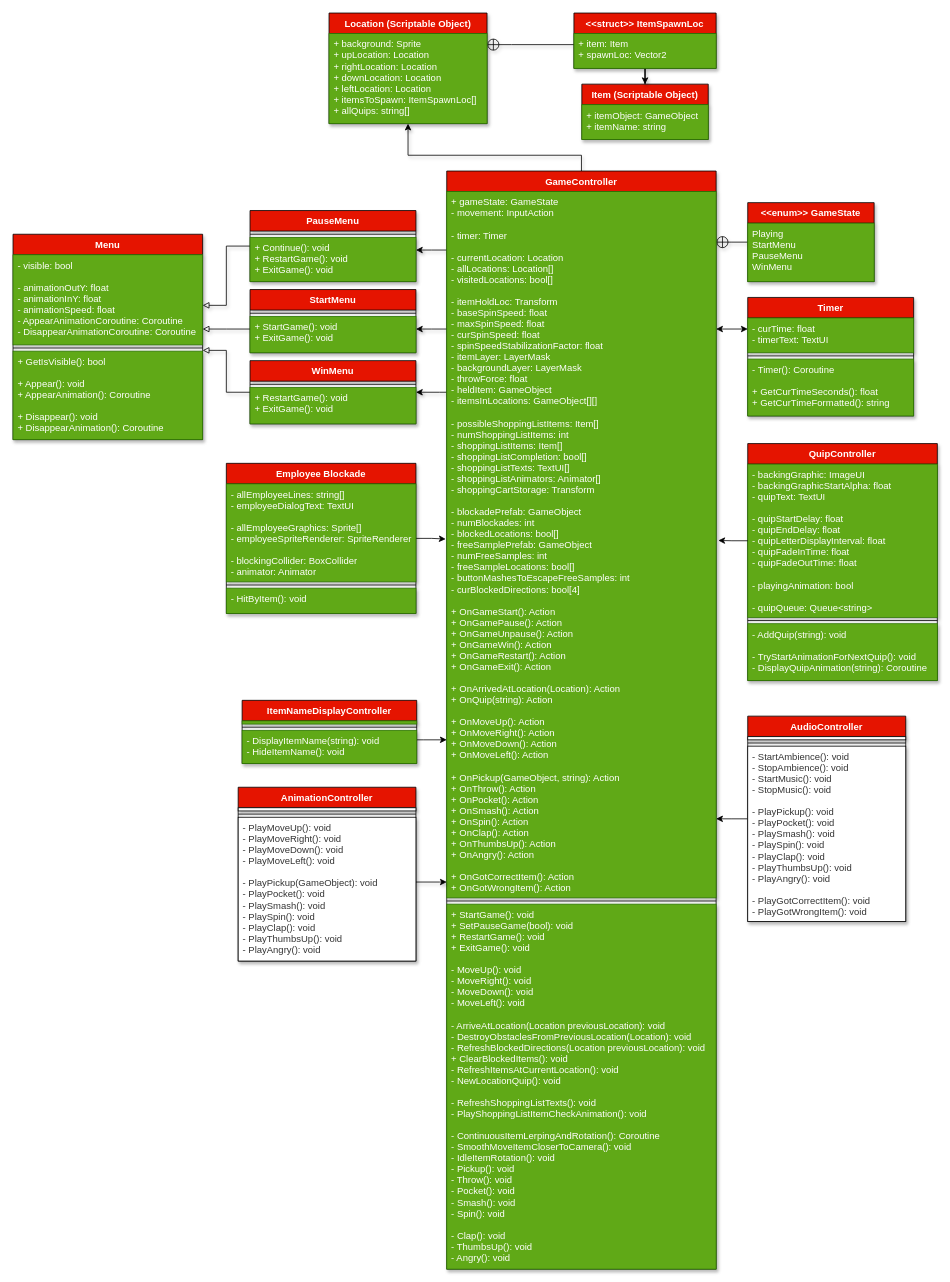
Before: Trapped in Costco/Source/Trapped in Costco UML.drawio in BagelMaster5000/Trapped-In-Costco, a draw.io diagram. Source tidied: cells renumbered, new cells numbered last; positions are measured from the earlier drawing's top-left corner, leaving out a move shared by most shapes. Both pictures are drawn from the tidied source at 79%, with x=0, y=0 at pixel (13, 13).
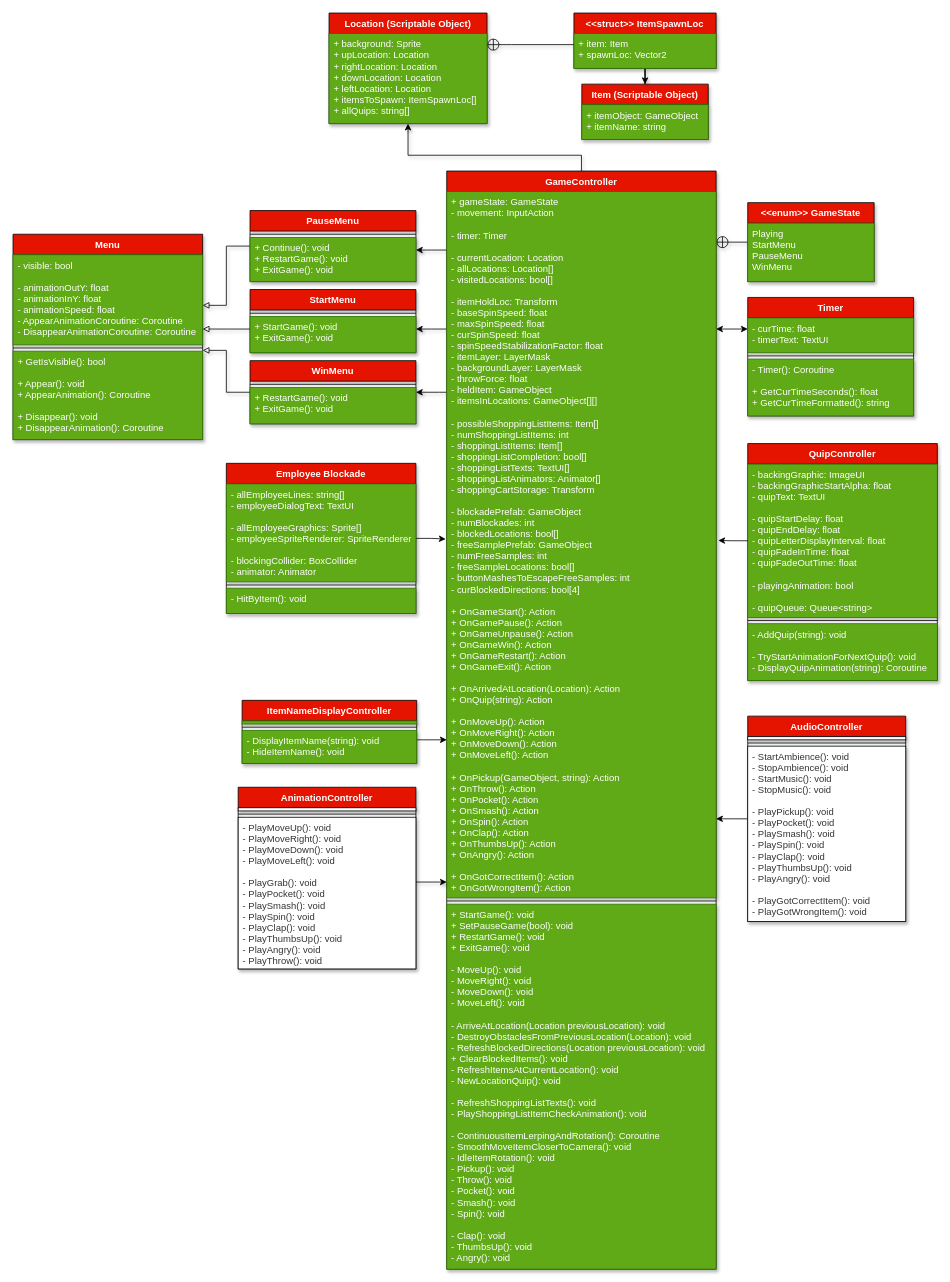
Above is the later version.

Change to the diagram source:
```diff
@@
     <mxCell id="38" value="AnimationController" style="swimlane;fontStyle=1;align=center;verticalAlign=top;horizontal=1;startSize=26;fillColor=#e51400;labelBackgroundColor=none;labelBorderColor=none;shadow=1;fontColor=#ffffff;" parent="1" vertex="1">
-      <mxGeometry x="285" y="980" width="225" height="220" as="geometry" />
+      <mxGeometry x="285" y="980" width="225" height="230" as="geometry" />
     </mxCell>
@@
-    <mxCell id="41" value="- PlayMoveUp(): void&#10;- PlayMoveRight(): void&#10;- PlayMoveDown(): void&#10;- PlayMoveLeft(): void&#10;&#10;- PlayPickup(GameObject): void&#10;- PlayPocket(): void&#10;- PlaySmash(): void&#10;- PlaySpin(): void&#10;- PlayClap(): void&#10;- PlayThumbsUp(): void&#10;- PlayAngry(): void" style="text;align=left;verticalAlign=top;spacingLeft=4;spacingRight=4;overflow=hidden;fillColor=#FFFFFF;labelBackgroundColor=none;labelBorderColor=none;fontColor=#333333;shadow=1;strokeColor=#000000;" parent="38" vertex="1">
-      <mxGeometry y="38" width="225" height="182" as="geometry" />
+    <mxCell id="41" value="- PlayMoveUp(): void&#10;- PlayMoveRight(): void&#10;- PlayMoveDown(): void&#10;- PlayMoveLeft(): void&#10;&#10;- PlayGrab(): void&#10;- PlayPocket(): void&#10;- PlaySmash(): void&#10;- PlaySpin(): void&#10;- PlayClap(): void&#10;- PlayThumbsUp(): void&#10;- PlayAngry(): void&#10;- PlayThrow(): void" style="text;align=left;verticalAlign=top;spacingLeft=4;spacingRight=4;overflow=hidden;fillColor=#FFFFFF;labelBackgroundColor=none;labelBorderColor=none;fontColor=#333333;shadow=1;strokeColor=#000000;" parent="38" vertex="1">
+      <mxGeometry y="38" width="225" height="192" as="geometry" />
     </mxCell>
```
